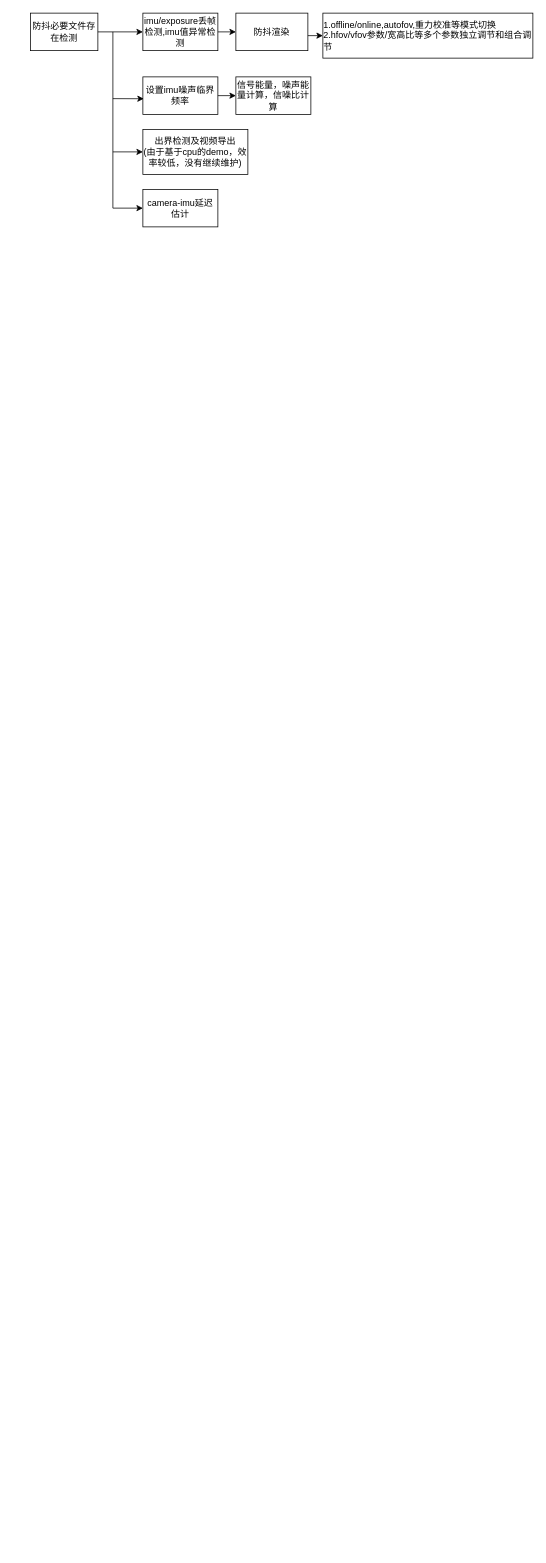
Before: diag/Untitled Diagram.drawio in menzehua/drawio, a draw.io diagram. Source tidied: cells renumbered, new cells numbered last; positions are measured from the earlier drawing's top-left corner, leaving out a move shared by most shapes. Both pictures are drawn from the tidied source at 75%, with x=0, y=0 at pixel (30, 13).
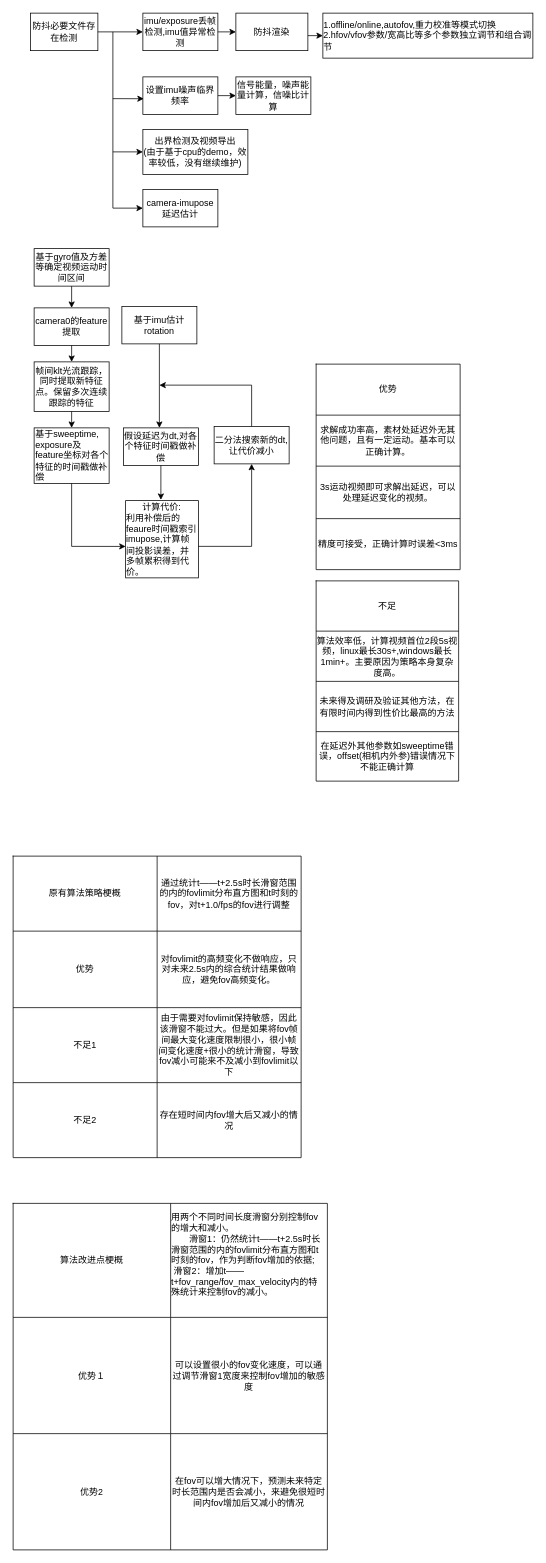
The same page after the edit.

The edit, as a diff of the source:
```diff
@@
-    <mxCell id="14" value="camera-imu延迟估计" style="rounded=0;whiteSpace=wrap;html=1;" parent="1" vertex="1">
+    <mxCell id="14" value="camera-imupose延迟估计" style="rounded=0;whiteSpace=wrap;html=1;" parent="1" vertex="1">
       <mxGeometry x="150" y="235" width="100" height="50" as="geometry" />
     </mxCell>
@@
+    <mxCell id="17" value="基于imu估计rotation" style="rounded=0;whiteSpace=wrap;html=1;" parent="1" vertex="1">
+      <mxGeometry x="122" y="391" width="100" height="50" as="geometry" />
+    </mxCell>
+    <mxCell id="18" value="camera0的feature提取" style="rounded=0;whiteSpace=wrap;html=1;" parent="1" vertex="1">
+      <mxGeometry x="5" y="393" width="100" height="50" as="geometry" />
+    </mxCell>
+    <mxCell id="19" value="&lt;div align=&quot;center&quot;&gt;帧间klt光流跟踪，同时提取新特征点。保留多次连续跟踪的特征&lt;/div&gt;" style="rounded=0;whiteSpace=wrap;html=1;align=center;" parent="1" vertex="1">
+      <mxGeometry x="5" y="465" width="100" height="66" as="geometry" />
+    </mxCell>
+    <mxCell id="20" value="&lt;div align=&quot;left&quot;&gt;基于sweeptime,&lt;/div&gt;&lt;div align=&quot;left&quot;&gt;exposure及feature坐标对各个特征的时间戳做补偿&lt;br&gt;&lt;/div&gt;" style="rounded=0;whiteSpace=wrap;html=1;align=left;" parent="1" vertex="1">
+      <mxGeometry x="5" y="553" width="100" height="74" as="geometry" />
+    </mxCell>
+    <mxCell id="21" value="假设延迟为dt,对各个特征时间戳做补偿" style="rounded=0;whiteSpace=wrap;html=1;" parent="1" vertex="1">
+      <mxGeometry x="124" y="553" width="100" height="50" as="geometry" />
+    </mxCell>
+    <mxCell id="22" value="&lt;div&gt;计算代价:&lt;/div&gt;&lt;div align=&quot;left&quot;&gt;利用补偿后的feaure时间戳索引imupose,计算帧间投影误差，并多帧累积得到代价。&lt;/div&gt;" style="rounded=0;whiteSpace=wrap;html=1;" parent="1" vertex="1">
+      <mxGeometry x="127" y="650" width="97" height="103" as="geometry" />
+    </mxCell>
+    <mxCell id="23" value="基于gyro值及方差等确定视频运动时间区间" style="rounded=0;whiteSpace=wrap;html=1;" parent="1" vertex="1">
+      <mxGeometry x="5" y="314" width="100" height="50" as="geometry" />
+    </mxCell>
+    <mxCell id="24" value="二分法搜索新的dt,让代价减小" style="rounded=0;whiteSpace=wrap;html=1;" parent="1" vertex="1">
+      <mxGeometry x="245" y="551" width="100" height="50" as="geometry" />
+    </mxCell>
+    <mxCell id="25" style="endArrow=classic;html=1;rounded=0;shadow=0;exitX=0.5;exitY=1;exitDx=0;exitDy=0;entryX=0.5;entryY=0;entryDx=0;entryDy=0;" parent="1" edge="1" source="23" target="18">
+      <mxGeometry relative="1" as="geometry" />
+    </mxCell>
+    <mxCell id="26" style="endArrow=classic;html=1;rounded=0;shadow=0;exitX=0.5;exitY=1;exitDx=0;exitDy=0;entryX=0.5;entryY=0;entryDx=0;entryDy=0;" parent="1" edge="1" source="18" target="19">
+      <mxGeometry relative="1" as="geometry" />
+    </mxCell>
+    <mxCell id="27" style="endArrow=classic;html=1;rounded=0;shadow=0;exitX=0.5;exitY=1;exitDx=0;exitDy=0;entryX=0.5;entryY=0;entryDx=0;entryDy=0;" parent="1" edge="1" source="19" target="20">
+      <mxGeometry relative="1" as="geometry" />
+    </mxCell>
+    <mxCell id="28" style="endArrow=classic;html=1;rounded=0;shadow=0;exitX=0.5;exitY=1;exitDx=0;exitDy=0;entryX=0;entryY=0.593;entryDx=0;entryDy=0;entryPerimeter=0;" parent="1" edge="1" source="20" target="22">
+      <mxGeometry relative="1" as="geometry">
+        <Array as="points">
+          <mxPoint x="55" y="711" />
+        </Array>
+      </mxGeometry>
+    </mxCell>
+    <mxCell id="29" style="endArrow=classic;html=1;rounded=0;shadow=0;exitX=0.5;exitY=1;exitDx=0;exitDy=0;" parent="1" edge="1" source="17">
+      <mxGeometry relative="1" as="geometry">
+        <mxPoint x="172" y="553" as="targetPoint" />
+      </mxGeometry>
+    </mxCell>
+    <mxCell id="30" style="endArrow=classic;html=1;rounded=0;shadow=0;exitX=0.5;exitY=1;exitDx=0;exitDy=0;" parent="1" edge="1" source="21">
+      <mxGeometry relative="1" as="geometry">
+        <mxPoint x="174" y="649" as="targetPoint" />
+      </mxGeometry>
+    </mxCell>
+    <mxCell id="31" style="endArrow=classic;html=1;rounded=0;shadow=0;exitX=1;exitY=0.592;exitDx=0;exitDy=0;exitPerimeter=0;entryX=0.5;entryY=1;entryDx=0;entryDy=0;" parent="1" edge="1" source="22" target="24">
+      <mxGeometry relative="1" as="geometry">
+        <Array as="points">
+          <mxPoint x="295" y="711" />
+        </Array>
+      </mxGeometry>
+    </mxCell>
+    <mxCell id="32" style="endArrow=classic;html=1;rounded=0;shadow=0;exitX=0.5;exitY=0;exitDx=0;exitDy=0;" parent="1" edge="1" source="24">
+      <mxGeometry relative="1" as="geometry">
+        <mxPoint x="172" y="496" as="targetPoint" />
+        <Array as="points">
+          <mxPoint x="295" y="496" />
+        </Array>
+      </mxGeometry>
+    </mxCell>
+    <mxCell id="33" style="shape=table;startSize=0;childLayout=tableLayout;" parent="1" vertex="1">
+      <mxGeometry x="381" y="468" width="192" height="274" as="geometry" />
+    </mxCell>
+    <mxCell id="34" style="shape=tableRow;horizontal=0;startSize=0;swimlaneHead=0;swimlaneBody=0;top=0;left=0;bottom=0;right=0;fillColor=none;" parent="33" vertex="1">
+      <mxGeometry width="192" height="68" as="geometry" />
+    </mxCell>
+    <mxCell id="35" value="优势" style="shape=partialRectangle;html=1;whiteSpace=wrap;overflow=hidden;fillColor=none;top=0;left=0;bottom=0;right=0;" parent="34" vertex="1">
+      <mxGeometry width="192" height="68" as="geometry" />
+    </mxCell>
+    <mxCell id="36" style="shape=tableRow;horizontal=0;startSize=0;swimlaneHead=0;swimlaneBody=0;top=0;left=0;bottom=0;right=0;fillColor=none;" parent="33" vertex="1">
+      <mxGeometry y="68" width="192" height="68" as="geometry" />
+    </mxCell>
+    <mxCell id="37" value="求解成功率高，素材处延迟外无其他问题，且有一定运动。基本可以正确计算。" style="shape=partialRectangle;html=1;whiteSpace=wrap;overflow=hidden;fillColor=none;top=0;left=0;bottom=0;right=0;" parent="36" vertex="1">
+      <mxGeometry width="192" height="68" as="geometry" />
+    </mxCell>
+    <mxCell id="38" style="shape=tableRow;horizontal=0;startSize=0;swimlaneHead=0;swimlaneBody=0;top=0;left=0;bottom=0;right=0;fillColor=none;" parent="33" vertex="1">
+      <mxGeometry y="136" width="192" height="70" as="geometry" />
+    </mxCell>
+    <mxCell id="39" value="3s运动视频即可求解出延迟，可以处理延迟变化的视频。" style="shape=partialRectangle;html=1;whiteSpace=wrap;overflow=hidden;fillColor=none;top=0;left=0;bottom=0;right=0;" parent="38" vertex="1">
+      <mxGeometry width="192" height="70" as="geometry" />
+    </mxCell>
+    <mxCell id="40" style="shape=tableRow;horizontal=0;startSize=0;swimlaneHead=0;swimlaneBody=0;top=0;left=0;bottom=0;right=0;fillColor=none;" parent="33" vertex="1">
+      <mxGeometry y="206" width="192" height="68" as="geometry" />
+    </mxCell>
+    <mxCell id="41" value="精度可接受，正确计算时误差&amp;lt;3ms" style="shape=partialRectangle;html=1;whiteSpace=wrap;overflow=hidden;fillColor=none;top=0;left=0;bottom=0;right=0;" parent="40" vertex="1">
+      <mxGeometry width="192" height="68" as="geometry" />
+    </mxCell>
+    <mxCell id="42" style="shape=table;startSize=0;childLayout=tableLayout;" parent="1" vertex="1">
+      <mxGeometry x="381" y="757" width="190" height="267" as="geometry" />
+    </mxCell>
+    <mxCell id="43" style="shape=tableRow;horizontal=0;startSize=0;swimlaneHead=0;swimlaneBody=0;top=0;left=0;bottom=0;right=0;fillColor=none;" parent="42" vertex="1">
+      <mxGeometry width="190" height="67" as="geometry" />
+    </mxCell>
+    <mxCell id="44" value="不足" style="shape=partialRectangle;html=1;whiteSpace=wrap;overflow=hidden;fillColor=none;top=0;left=0;bottom=0;right=0;" parent="43" vertex="1">
+      <mxGeometry width="190" height="67" as="geometry" />
+    </mxCell>
+    <mxCell id="45" style="shape=tableRow;horizontal=0;startSize=0;swimlaneHead=0;swimlaneBody=0;top=0;left=0;bottom=0;right=0;fillColor=none;" parent="42" vertex="1">
+      <mxGeometry y="67" width="190" height="67" as="geometry" />
+    </mxCell>
+    <mxCell id="46" value="算法效率低，计算视频首位2段5s视频，linux最长30s+,windows最长1min+。主要原因为策略本身复杂度高。" style="shape=partialRectangle;html=1;whiteSpace=wrap;overflow=hidden;fillColor=none;top=0;left=0;bottom=0;right=0;" parent="45" vertex="1">
+      <mxGeometry width="190" height="67" as="geometry" />
+    </mxCell>
+    <mxCell id="47" style="shape=tableRow;horizontal=0;startSize=0;swimlaneHead=0;swimlaneBody=0;top=0;left=0;bottom=0;right=0;fillColor=none;" parent="42" vertex="1">
+      <mxGeometry y="134" width="190" height="67" as="geometry" />
+    </mxCell>
+    <mxCell id="48" value="未来得及调研及验证其他方法，在有限时间内得到性价比最高的方法" style="shape=partialRectangle;html=1;whiteSpace=wrap;overflow=hidden;fillColor=none;top=0;left=0;bottom=0;right=0;" parent="47" vertex="1">
+      <mxGeometry width="190" height="67" as="geometry" />
+    </mxCell>
+    <mxCell id="49" style="shape=tableRow;horizontal=0;startSize=0;swimlaneHead=0;swimlaneBody=0;top=0;left=0;bottom=0;right=0;fillColor=none;" parent="42" vertex="1">
+      <mxGeometry y="201" width="190" height="66" as="geometry" />
+    </mxCell>
+    <mxCell id="50" value="在延迟外其他参数如sweeptime错误，offset(相机内外参)错误情况下不能正确计算" style="shape=partialRectangle;html=1;whiteSpace=wrap;overflow=hidden;fillColor=none;top=0;left=0;bottom=0;right=0;" parent="49" vertex="1">
+      <mxGeometry width="190" height="66" as="geometry" />
+    </mxCell>
+    <mxCell id="51" style="shape=table;startSize=0;childLayout=tableLayout;" parent="1" vertex="1">
+      <mxGeometry x="-23" y="1124" width="384" height="402" as="geometry" />
+    </mxCell>
+    <mxCell id="52" style="shape=tableRow;horizontal=0;startSize=0;swimlaneHead=0;swimlaneBody=0;top=0;left=0;bottom=0;right=0;fillColor=none;" parent="51" vertex="1">
+      <mxGeometry width="384" height="100" as="geometry" />
+    </mxCell>
+    <mxCell id="53" value="原有算法策略梗概" style="shape=partialRectangle;html=1;whiteSpace=wrap;overflow=hidden;fillColor=none;top=0;left=0;bottom=0;right=0;" parent="52" vertex="1">
+      <mxGeometry width="192" height="100" as="geometry" />
+    </mxCell>
+    <mxCell id="54" value="通过统计t——t+2.5s时长滑窗范围的内的fovlimit分布直方图和t时刻的fov，对t+1.0/fps的fov进行调整" style="shape=partialRectangle;html=1;whiteSpace=wrap;overflow=hidden;fillColor=none;top=0;left=0;bottom=0;right=0;" parent="52" vertex="1">
+      <mxGeometry x="192" width="192" height="100" as="geometry" />
+    </mxCell>
+    <mxCell id="55" style="shape=tableRow;horizontal=0;startSize=0;swimlaneHead=0;swimlaneBody=0;top=0;left=0;bottom=0;right=0;fillColor=none;" parent="51" vertex="1">
+      <mxGeometry y="100" width="384" height="102" as="geometry" />
+    </mxCell>
+    <mxCell id="56" value="优势" style="shape=partialRectangle;html=1;whiteSpace=wrap;overflow=hidden;fillColor=none;top=0;left=0;bottom=0;right=0;" parent="55" vertex="1">
+      <mxGeometry width="192" height="102" as="geometry" />
+    </mxCell>
+    <mxCell id="57" value="对fovlimit的高频变化不做响应，只对未来2.5s内的综合统计结果做响应，避免fov高频变化。" style="shape=partialRectangle;html=1;whiteSpace=wrap;overflow=hidden;fillColor=none;top=0;left=0;bottom=0;right=0;" parent="55" vertex="1">
+      <mxGeometry x="192" width="192" height="102" as="geometry" />
+    </mxCell>
+    <mxCell id="58" style="shape=tableRow;horizontal=0;startSize=0;swimlaneHead=0;swimlaneBody=0;top=0;left=0;bottom=0;right=0;fillColor=none;" parent="51" vertex="1">
+      <mxGeometry y="202" width="384" height="100" as="geometry" />
+    </mxCell>
+    <mxCell id="59" value="不足1" style="shape=partialRectangle;html=1;whiteSpace=wrap;overflow=hidden;fillColor=none;top=0;left=0;bottom=0;right=0;" parent="58" vertex="1">
+      <mxGeometry width="192" height="100" as="geometry" />
+    </mxCell>
+    <mxCell id="60" value="由于需要对fovlimit保持敏感，因此该滑窗不能过大。但是如果将fov帧间最大变化速度限制很小，很小帧间变化速度+很小的统计滑窗，导致fov减小可能来不及减小到fovlimit以下" style="shape=partialRectangle;html=1;whiteSpace=wrap;overflow=hidden;fillColor=none;top=0;left=0;bottom=0;right=0;" parent="58" vertex="1">
+      <mxGeometry x="192" width="192" height="100" as="geometry" />
+    </mxCell>
+    <mxCell id="61" style="shape=tableRow;horizontal=0;startSize=0;swimlaneHead=0;swimlaneBody=0;top=0;left=0;bottom=0;right=0;fillColor=none;" parent="51" vertex="1">
+      <mxGeometry y="302" width="384" height="100" as="geometry" />
+    </mxCell>
+    <mxCell id="62" value="&lt;div&gt;不足2&lt;/div&gt;" style="shape=partialRectangle;html=1;whiteSpace=wrap;overflow=hidden;fillColor=none;top=0;left=0;bottom=0;right=0;" parent="61" vertex="1">
+      <mxGeometry width="192" height="100" as="geometry" />
+    </mxCell>
+    <mxCell id="63" value="存在短时间内fov增大后又减小的情况" style="shape=partialRectangle;html=1;whiteSpace=wrap;overflow=hidden;fillColor=none;top=0;left=0;bottom=0;right=0;" parent="61" vertex="1">
+      <mxGeometry x="192" width="192" height="100" as="geometry" />
+    </mxCell>
+    <mxCell id="64" style="shape=table;startSize=0;childLayout=tableLayout;" parent="1" vertex="1">
+      <mxGeometry x="-23" y="1587" width="419" height="462" as="geometry" />
+    </mxCell>
+    <mxCell id="65" style="shape=tableRow;horizontal=0;startSize=0;swimlaneHead=0;swimlaneBody=0;top=0;left=0;bottom=0;right=0;fillColor=none;" parent="64" vertex="1">
+      <mxGeometry width="419" height="152" as="geometry" />
+    </mxCell>
+    <mxCell id="66" value="算法改进点梗概" style="shape=partialRectangle;html=1;whiteSpace=wrap;overflow=hidden;fillColor=none;top=0;left=0;bottom=0;right=0;" parent="65" vertex="1">
+      <mxGeometry width="210" height="152" as="geometry" />
+    </mxCell>
+    <mxCell id="67" value="&lt;div align=&quot;left&quot;&gt;用两个不同时间长度滑窗分别控制fov的增大和减小。&lt;br&gt;&lt;/div&gt;&lt;div align=&quot;left&quot;&gt;　　滑窗1：仍然统计t——t+2.5s时长滑窗范围的内的fovlimit分布直方图和t时刻的fov，作为判断fov增加的依据;&lt;/div&gt;&lt;div align=&quot;left&quot;&gt;&lt;span style=&quot;white-space: pre&quot;&gt; &lt;/span&gt;滑窗2：增加t——t+fov_range/fov_max_velocity内的特殊统计来控制fov的减小。&lt;br&gt;&lt;/div&gt;&lt;div&gt;&lt;br&gt;&lt;/div&gt;" style="shape=partialRectangle;html=1;whiteSpace=wrap;overflow=hidden;fillColor=none;top=0;left=0;bottom=0;right=0;" parent="65" vertex="1">
+      <mxGeometry x="210" width="209" height="152" as="geometry" />
+    </mxCell>
+    <mxCell id="68" style="shape=tableRow;horizontal=0;startSize=0;swimlaneHead=0;swimlaneBody=0;top=0;left=0;bottom=0;right=0;fillColor=none;" parent="64" vertex="1">
+      <mxGeometry y="152" width="419" height="155" as="geometry" />
+    </mxCell>
+    <mxCell id="69" value="优势１" style="shape=partialRectangle;html=1;whiteSpace=wrap;overflow=hidden;fillColor=none;top=0;left=0;bottom=0;right=0;" parent="68" vertex="1">
+      <mxGeometry width="210" height="155" as="geometry" />
+    </mxCell>
+    <mxCell id="70" value="可以设置很小的fov变化速度，可以通过调节滑窗1宽度来控制fov增加的敏感度" style="shape=partialRectangle;html=1;whiteSpace=wrap;overflow=hidden;fillColor=none;top=0;left=0;bottom=0;right=0;" parent="68" vertex="1">
+      <mxGeometry x="210" width="209" height="155" as="geometry" />
+    </mxCell>
+    <mxCell id="71" style="shape=tableRow;horizontal=0;startSize=0;swimlaneHead=0;swimlaneBody=0;top=0;left=0;bottom=0;right=0;fillColor=none;" parent="64" vertex="1">
+      <mxGeometry y="307" width="419" height="155" as="geometry" />
+    </mxCell>
+    <mxCell id="72" value="优势2" style="shape=partialRectangle;html=1;whiteSpace=wrap;overflow=hidden;fillColor=none;top=0;left=0;bottom=0;right=0;" parent="71" vertex="1">
+      <mxGeometry width="210" height="155" as="geometry" />
+    </mxCell>
+    <mxCell id="73" value="在fov可以增大情况下，预测未来特定时长范围内是否会减小，来避免很短时间内fov增加后又减小的情况" style="shape=partialRectangle;html=1;whiteSpace=wrap;overflow=hidden;fillColor=none;top=0;left=0;bottom=0;right=0;" parent="71" vertex="1">
+      <mxGeometry x="210" width="209" height="155" as="geometry" />
+    </mxCell>
```
